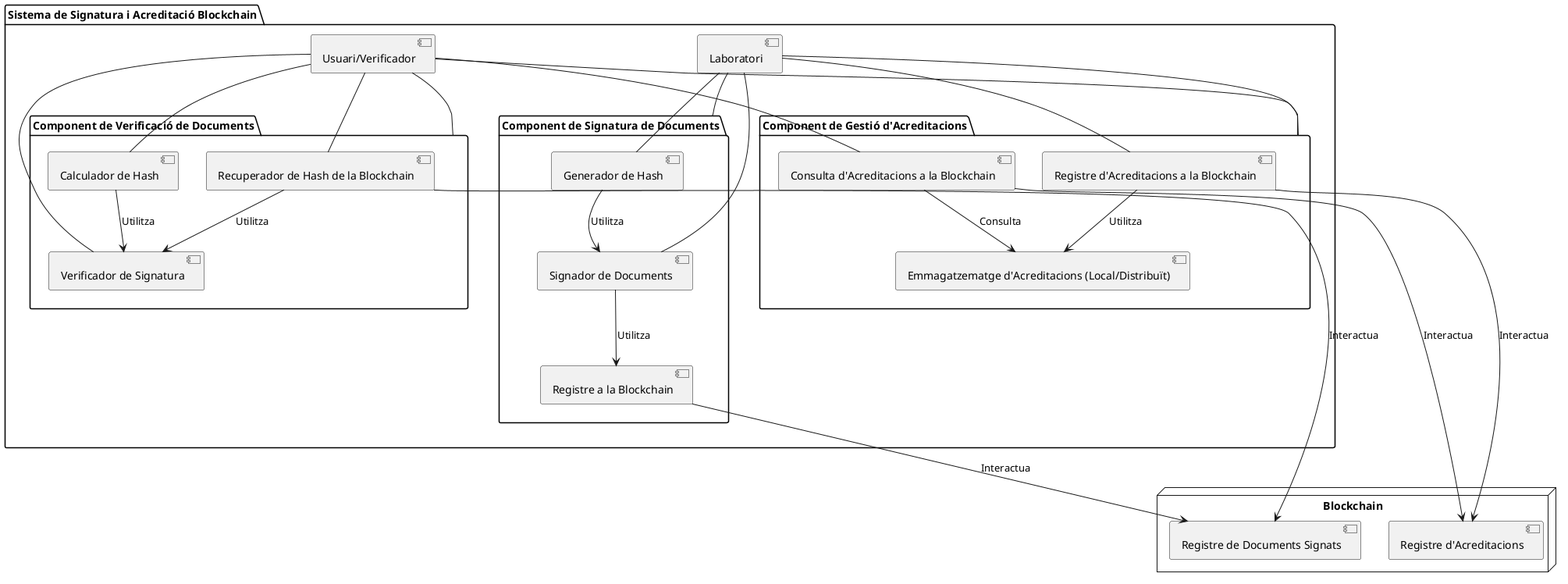
alvarcuevas/TFM-MCP keeps this PlantUML diagram as UML/components.png. Above is the earlier version.
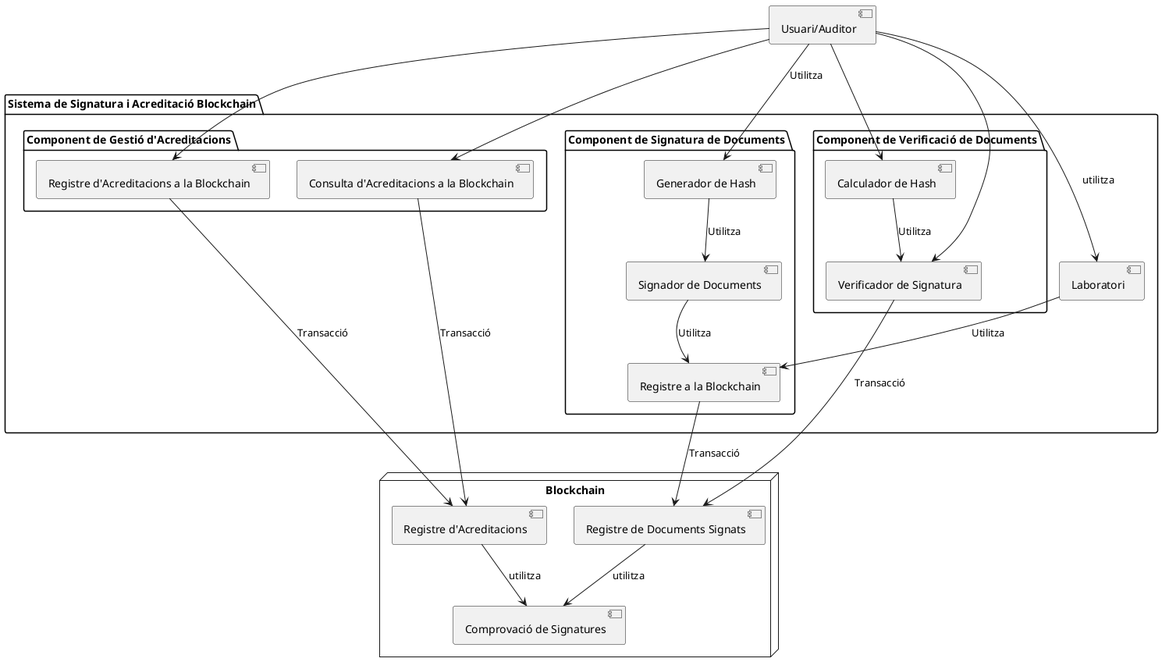
The same file after the commit.

Change to the diagram source:
```diff
@@ -1,8 +1,7 @@
 @startuml
+actor [Usuari/Auditor]
 package "Sistema de Signatura i Acreditació Blockchain" {
-  [Laboratori]
-  [Usuari/Verificador]
-
+  entity [Laboratori]
   package "Component de Signatura de Documents" {
     [Generador de Hash]
     [Signador de Documents]
@@ -10,7 +9,6 @@
   }
 
   package "Component de Verificació de Documents" {
-    [Recuperador de Hash de la Blockchain]
     [Verificador de Signatura]
     [Calculador de Hash]
   }
@@ -18,39 +16,33 @@
   package "Component de Gestió d'Acreditacions" {
     [Registre d'Acreditacions a la Blockchain]
     [Consulta d'Acreditacions a la Blockchain]
-    [Emmagatzematge d'Acreditacions (Local/Distribuït)]
   }
 
-  [Laboratori] -- [Generador de Hash]
-  [Laboratori] -- [Signador de Documents]
+  [Usuari/Auditor] --> [Generador de Hash]: Utilitza
+  [Laboratori] --> [Registre a la Blockchain]: Utilitza
   [Generador de Hash] --> [Signador de Documents] : Utilitza
   [Signador de Documents] --> [Registre a la Blockchain] : Utilitza
 
-  [Usuari/Verificador] -- [Recuperador de Hash de la Blockchain]
-  [Usuari/Verificador] -- [Verificador de Signatura]
-  [Usuari/Verificador] -- [Calculador de Hash]
-  [Recuperador de Hash de la Blockchain] --> [Verificador de Signatura] : Utilitza
+  [Usuari/Auditor] --> [Verificador de Signatura]
+  [Usuari/Auditor] --> [Calculador de Hash]
   [Calculador de Hash] --> [Verificador de Signatura] : Utilitza
 
-  [Laboratori] -- [Registre d'Acreditacions a la Blockchain]
-  [Usuari/Verificador] -- [Consulta d'Acreditacions a la Blockchain]
-  [Registre d'Acreditacions a la Blockchain] --> [Emmagatzematge d'Acreditacions (Local/Distribuït)] : Utilitza
-  [Consulta d'Acreditacions a la Blockchain] --> [Emmagatzematge d'Acreditacions (Local/Distribuït)] : Consulta
+  [Usuari/Auditor] --> [Registre d'Acreditacions a la Blockchain]
+  [Usuari/Auditor] --> [Consulta d'Acreditacions a la Blockchain]
+  [Usuari/Auditor] --> [Laboratori]: utilitza
 
-  [Laboratori] -- [Component de Signatura de Documents]
-  [Laboratori] -- [Component de Gestió d'Acreditacions]
-
-  [Usuari/Verificador] -- [Component de Verificació de Documents]
-  [Usuari/Verificador] -- [Component de Gestió d'Acreditacions]
 }
 
 node "Blockchain" {
   [Registre de Documents Signats]
   [Registre d'Acreditacions]
+  [Comprovació de Signatures]
 }
 
-[Registre a la Blockchain] --> [Registre de Documents Signats] : Interactua
-[Recuperador de Hash de la Blockchain] --> [Registre de Documents Signats] : Interactua
-[Registre d'Acreditacions a la Blockchain] --> [Registre d'Acreditacions] : Interactua
-[Consulta d'Acreditacions a la Blockchain] --> [Registre d'Acreditacions] : Interactua
+[Registre a la Blockchain] --> [Registre de Documents Signats] : Transacció
+[Registre d'Acreditacions a la Blockchain] --> [Registre d'Acreditacions] : Transacció
+[Consulta d'Acreditacions a la Blockchain] --> [Registre d'Acreditacions] : Transacció
+[Verificador de Signatura] --> [Registre de Documents Signats]: Transacció
+[Registre de Documents Signats] --> [Comprovació de Signatures]: utilitza
+[Registre d'Acreditacions] --> [Comprovació de Signatures]: utilitza
 @enduml
```
